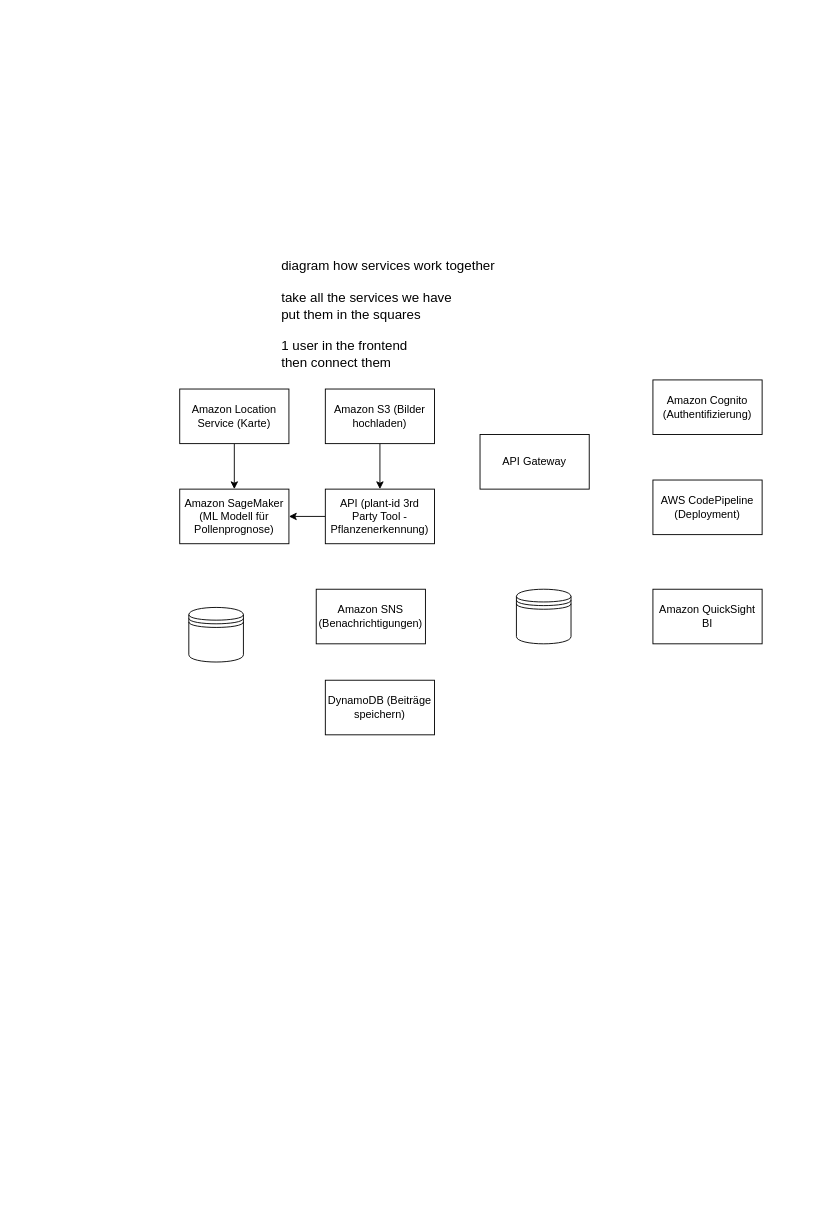
Before: pollenwatch.drawio in adriennhorvath/architecture, a draw.io diagram. Source tidied: cells renumbered, new cells numbered last; positions are measured from the earlier drawing's top-left corner, leaving out a move shared by most shapes. Both pictures are drawn from the tidied source at 91%, with x=0, y=0 at pixel (179, 252).
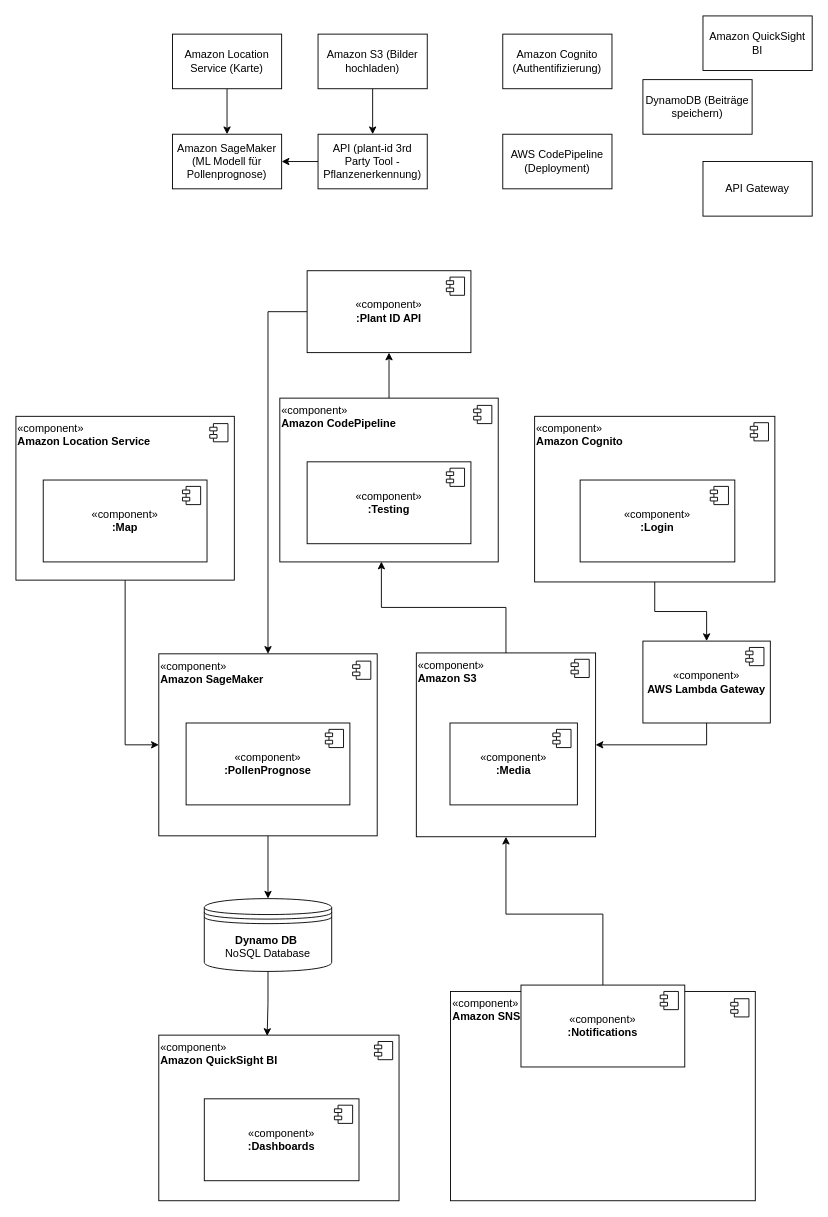
The same page after the edit.

What changed in the source:
```diff
@@
-    <mxCell id="2" value="&lt;font face=&quot;Arial, sans-serif&quot;&gt;&lt;span style=&quot;font-size: 14.666667px; white-space-collapse: preserve;&quot;&gt;diagram how services work together&lt;/span&gt;&lt;/font&gt;&lt;div&gt;&lt;font face=&quot;Arial, sans-serif&quot;&gt;&lt;span style=&quot;font-size: 14.666667px; white-space-collapse: preserve;&quot;&gt;&lt;br&gt;&lt;/span&gt;&lt;/font&gt;&lt;/div&gt;&lt;div&gt;&lt;font face=&quot;Arial, sans-serif&quot;&gt;&lt;span style=&quot;font-size: 14.666667px; white-space-collapse: preserve;&quot;&gt;take all the services we have&lt;/span&gt;&lt;/font&gt;&lt;/div&gt;&lt;div&gt;&lt;font face=&quot;Arial, sans-serif&quot;&gt;&lt;span style=&quot;font-size: 14.666667px; white-space-collapse: preserve;&quot;&gt;put them in the squares&lt;/span&gt;&lt;/font&gt;&lt;/div&gt;&lt;div&gt;&lt;font face=&quot;Arial, sans-serif&quot;&gt;&lt;span style=&quot;font-size: 14.666667px; white-space-collapse: preserve;&quot;&gt;&lt;br&gt;&lt;/span&gt;&lt;/font&gt;&lt;/div&gt;&lt;div&gt;&lt;font face=&quot;Arial, sans-serif&quot;&gt;&lt;span style=&quot;font-size: 14.666667px; white-space-collapse: preserve;&quot;&gt;1 user in the frontend&lt;/span&gt;&lt;/font&gt;&lt;/div&gt;&lt;div&gt;&lt;font face=&quot;Arial, sans-serif&quot;&gt;&lt;span style=&quot;font-size: 14.666667px; white-space-collapse: preserve;&quot;&gt;then connect them&lt;/span&gt;&lt;/font&gt;&lt;/div&gt;" style="text;whiteSpace=wrap;html=1;" parent="1" vertex="1">
-      <mxGeometry x="110" width="560" height="140" as="geometry" />
-    </mxCell>
@@
     <mxCell id="4" value="Amazon Location Service (Karte)" style="rounded=0;whiteSpace=wrap;html=1;" parent="1" vertex="1">
-      <mxGeometry y="150" width="120" height="60" as="geometry" />
+      <mxGeometry x="-8" y="-240" width="120" height="60" as="geometry" />
     </mxCell>
     <mxCell id="5" value="API Gateway" style="rounded=0;whiteSpace=wrap;html=1;" parent="1" vertex="1">
-      <mxGeometry x="330" y="200" width="120" height="60" as="geometry" />
+      <mxGeometry x="575" y="-100" width="120" height="60" as="geometry" />
     </mxCell>
     <mxCell id="6" value="DynamoDB (Beiträge speichern)" style="rounded=0;whiteSpace=wrap;html=1;" parent="1" vertex="1">
-      <mxGeometry x="160" y="470" width="120" height="60" as="geometry" />
+      <mxGeometry x="509" y="-190" width="120" height="60" as="geometry" />
     </mxCell>
@@
     <mxCell id="8" value="Amazon S3 (Bilder hochladen)" style="rounded=0;whiteSpace=wrap;html=1;" parent="1" vertex="1">
-      <mxGeometry x="160" y="150" width="120" height="60" as="geometry" />
+      <mxGeometry x="152" y="-240" width="120" height="60" as="geometry" />
     </mxCell>
@@
     <mxCell id="10" value="API (plant-id 3rd Party Tool - Pflanzenerkennung)" style="rounded=0;whiteSpace=wrap;html=1;" parent="1" vertex="1">
-      <mxGeometry x="160" y="260" width="120" height="60" as="geometry" />
+      <mxGeometry x="152" y="-130" width="120" height="60" as="geometry" />
     </mxCell>
     <mxCell id="11" value="Amazon SageMaker (ML Modell für Pollenprognose)" style="rounded=0;whiteSpace=wrap;html=1;" parent="1" vertex="1">
-      <mxGeometry y="260" width="120" height="60" as="geometry" />
+      <mxGeometry x="-8" y="-130" width="120" height="60" as="geometry" />
     </mxCell>
     <mxCell id="12" value="Amazon Cognito (Authentifizierung)" style="rounded=0;whiteSpace=wrap;html=1;" parent="1" vertex="1">
-      <mxGeometry x="520" y="140" width="120" height="60" as="geometry" />
+      <mxGeometry x="355" y="-240" width="120" height="60" as="geometry" />
     </mxCell>
-    <mxCell id="13" value="Amazon SNS (Benachrichtigungen)" style="rounded=0;whiteSpace=wrap;html=1;" parent="1" vertex="1">
-      <mxGeometry x="150" y="370" width="120" height="60" as="geometry" />
-    </mxCell>
     <mxCell id="14" value="Amazon QuickSight BI" style="rounded=0;whiteSpace=wrap;html=1;" parent="1" vertex="1">
-      <mxGeometry x="520" y="370" width="120" height="60" as="geometry" />
+      <mxGeometry x="575" y="-260" width="120" height="60" as="geometry" />
     </mxCell>
     <mxCell id="15" value="AWS CodePipeline (Deployment)" style="rounded=0;whiteSpace=wrap;html=1;" parent="1" vertex="1">
-      <mxGeometry x="520" y="250" width="120" height="60" as="geometry" />
+      <mxGeometry x="355" y="-130" width="120" height="60" as="geometry" />
     </mxCell>
-    <mxCell id="16" style="shape=datastore;whiteSpace=wrap;html=1;" parent="1" vertex="1">
-      <mxGeometry x="10" y="390" width="60" height="60" as="geometry" />
-    </mxCell>
-    <mxCell id="17" style="shape=datastore;whiteSpace=wrap;html=1;" parent="1" vertex="1">
-      <mxGeometry x="370" y="370" width="60" height="60" as="geometry" />
-    </mxCell>
+    <mxCell id="18" style="edgeStyle=orthogonalEdgeStyle;rounded=0;jettySize=auto;html=1;exitX=0.5;exitY=0;exitDx=0;exitDy=0;entryX=0.5;entryY=1;entryDx=0;entryDy=0;" parent="1" edge="1" source="19" target="26">
+      <mxGeometry relative="1" as="geometry" />
+    </mxCell>
+    <mxCell id="19" value="«component»&lt;br&gt;&lt;b&gt;Amazon SNS&lt;/b&gt;" style="html=1;whiteSpace=wrap;align=left;verticalAlign=top;" parent="1" vertex="1">
+      <mxGeometry x="297.5" y="812" width="335" height="230" as="geometry" />
+    </mxCell>
+    <mxCell id="20" style="shape=module;jettyWidth=8;jettyHeight=4;" parent="19" vertex="1">
+      <mxGeometry x="1" width="20" height="20" relative="1" as="geometry">
+        <mxPoint x="-27" y="8" as="offset" />
+      </mxGeometry>
+    </mxCell>
+    <mxCell id="21" value="«component»&lt;br&gt;&lt;b&gt;:Notifications&lt;/b&gt;" style="html=1;whiteSpace=wrap;" parent="1" vertex="1">
+      <mxGeometry x="375" y="805" width="180" height="90" as="geometry" />
+    </mxCell>
+    <mxCell id="22" style="shape=module;jettyWidth=8;jettyHeight=4;" parent="21" vertex="1">
+      <mxGeometry x="1" width="20" height="20" relative="1" as="geometry">
+        <mxPoint x="-27" y="7" as="offset" />
+      </mxGeometry>
+    </mxCell>
+    <mxCell id="23" style="edgeStyle=orthogonalEdgeStyle;rounded=0;jettySize=auto;html=1;exitX=0.5;exitY=1;exitDx=0;exitDy=0;entryX=0.5;entryY=0;entryDx=0;entryDy=0;" parent="1" edge="1" source="24" target="45">
+      <mxGeometry relative="1" as="geometry" />
+    </mxCell>
+    <mxCell id="24" value="&lt;div style=&quot;&quot;&gt;«component»&lt;/div&gt;&lt;b&gt;Amazon SageMaker&lt;/b&gt;" style="html=1;whiteSpace=wrap;verticalAlign=top;align=left;" parent="1" vertex="1">
+      <mxGeometry x="-23" y="441" width="240" height="200" as="geometry" />
+    </mxCell>
+    <mxCell id="25" style="shape=module;jettyWidth=8;jettyHeight=4;" parent="24" vertex="1">
+      <mxGeometry x="1" width="20" height="20" relative="1" as="geometry">
+        <mxPoint x="-27" y="8" as="offset" />
+      </mxGeometry>
+    </mxCell>
+    <mxCell id="26" value="«component»&lt;br&gt;&lt;b&gt;Amazon S3&lt;/b&gt;" style="html=1;whiteSpace=wrap;align=left;verticalAlign=top;" parent="1" vertex="1">
+      <mxGeometry x="260" y="440" width="197" height="202" as="geometry" />
+    </mxCell>
+    <mxCell id="27" style="shape=module;jettyWidth=8;jettyHeight=4;" parent="26" vertex="1">
+      <mxGeometry x="1" width="20" height="20" relative="1" as="geometry">
+        <mxPoint x="-27" y="7" as="offset" />
+      </mxGeometry>
+    </mxCell>
+    <mxCell id="28" value="«component»&lt;br&gt;&lt;b&gt;:Media&lt;/b&gt;" style="html=1;whiteSpace=wrap;" parent="1" vertex="1">
+      <mxGeometry x="297" y="517" width="140" height="90" as="geometry" />
+    </mxCell>
+    <mxCell id="29" style="shape=module;jettyWidth=8;jettyHeight=4;" parent="28" vertex="1">
+      <mxGeometry x="1" width="20" height="20" relative="1" as="geometry">
+        <mxPoint x="-27" y="7" as="offset" />
+      </mxGeometry>
+    </mxCell>
+    <mxCell id="30" style="edgeStyle=orthogonalEdgeStyle;rounded=0;jettySize=auto;html=1;exitX=0;exitY=0.5;exitDx=0;exitDy=0;entryX=0.5;entryY=0;entryDx=0;entryDy=0;" parent="1" edge="1" source="31" target="24">
+      <mxGeometry relative="1" as="geometry" />
+    </mxCell>
+    <mxCell id="31" value="«component»&lt;br&gt;&lt;b&gt;:Plant ID API&lt;/b&gt;" style="html=1;whiteSpace=wrap;" parent="1" vertex="1">
+      <mxGeometry x="140" y="20" width="180" height="90" as="geometry" />
+    </mxCell>
+    <mxCell id="32" style="shape=module;jettyWidth=8;jettyHeight=4;" parent="31" vertex="1">
+      <mxGeometry x="1" width="20" height="20" relative="1" as="geometry">
+        <mxPoint x="-27" y="7" as="offset" />
+      </mxGeometry>
+    </mxCell>
+    <mxCell id="33" value="«component»&lt;br&gt;&lt;b&gt;:PollenPrognose&lt;/b&gt;" style="html=1;whiteSpace=wrap;" parent="1" vertex="1">
+      <mxGeometry x="7" y="517" width="180" height="90" as="geometry" />
+    </mxCell>
+    <mxCell id="34" style="shape=module;jettyWidth=8;jettyHeight=4;" parent="33" vertex="1">
+      <mxGeometry x="1" width="20" height="20" relative="1" as="geometry">
+        <mxPoint x="-27" y="7" as="offset" />
+      </mxGeometry>
+    </mxCell>
+    <mxCell id="35" style="edgeStyle=orthogonalEdgeStyle;rounded=0;jettySize=auto;html=1;exitX=0.5;exitY=1;exitDx=0;exitDy=0;entryX=0;entryY=0.5;entryDx=0;entryDy=0;" parent="1" edge="1" source="36" target="24">
+      <mxGeometry relative="1" as="geometry" />
+    </mxCell>
+    <mxCell id="36" value="&lt;div style=&quot;&quot;&gt;«component»&lt;/div&gt;&lt;b&gt;Amazon Location Service&lt;/b&gt;" style="html=1;whiteSpace=wrap;verticalAlign=top;align=left;" parent="1" vertex="1">
+      <mxGeometry x="-180" y="180" width="240" height="180" as="geometry" />
+    </mxCell>
+    <mxCell id="37" style="shape=module;jettyWidth=8;jettyHeight=4;" parent="36" vertex="1">
+      <mxGeometry x="1" width="20" height="20" relative="1" as="geometry">
+        <mxPoint x="-27" y="8" as="offset" />
+      </mxGeometry>
+    </mxCell>
+    <mxCell id="38" value="«component»&lt;br&gt;&lt;b&gt;:Map&lt;/b&gt;" style="html=1;whiteSpace=wrap;" parent="1" vertex="1">
+      <mxGeometry x="-150" y="250" width="180" height="90" as="geometry" />
+    </mxCell>
+    <mxCell id="39" style="shape=module;jettyWidth=8;jettyHeight=4;" parent="38" vertex="1">
+      <mxGeometry x="1" width="20" height="20" relative="1" as="geometry">
+        <mxPoint x="-27" y="7" as="offset" />
+      </mxGeometry>
+    </mxCell>
+    <mxCell id="40" style="edgeStyle=orthogonalEdgeStyle;rounded=0;jettySize=auto;html=1;exitX=0.5;exitY=1;exitDx=0;exitDy=0;" parent="1" edge="1" source="41" target="52">
+      <mxGeometry relative="1" as="geometry" />
+    </mxCell>
+    <mxCell id="41" value="«component»&lt;br&gt;&lt;b&gt;Amazon Cognito&lt;/b&gt;" style="html=1;whiteSpace=wrap;align=left;verticalAlign=top;" parent="1" vertex="1">
+      <mxGeometry x="390" y="180" width="264" height="182" as="geometry" />
+    </mxCell>
+    <mxCell id="42" style="shape=module;jettyWidth=8;jettyHeight=4;" parent="41" vertex="1">
+      <mxGeometry x="1" width="20" height="20" relative="1" as="geometry">
+        <mxPoint x="-27" y="7" as="offset" />
+      </mxGeometry>
+    </mxCell>
+    <mxCell id="43" value="«component»&lt;br&gt;&lt;b&gt;:Login&lt;/b&gt;" style="html=1;whiteSpace=wrap;" parent="1" vertex="1">
+      <mxGeometry x="440" y="250" width="170" height="90" as="geometry" />
+    </mxCell>
+    <mxCell id="44" style="shape=module;jettyWidth=8;jettyHeight=4;" parent="43" vertex="1">
+      <mxGeometry x="1" width="20" height="20" relative="1" as="geometry">
+        <mxPoint x="-27" y="7" as="offset" />
+      </mxGeometry>
+    </mxCell>
+    <mxCell id="45" value="&lt;b&gt;Dynamo DB&amp;nbsp;&lt;/b&gt;&lt;div&gt;NoSQL Database&lt;/div&gt;" style="shape=datastore;whiteSpace=wrap;html=1;" parent="1" vertex="1">
+      <mxGeometry x="27" y="710" width="140" height="80" as="geometry" />
+    </mxCell>
+    <mxCell id="46" value="«component»&lt;br&gt;&lt;b&gt;Amazon QuickSight BI&lt;/b&gt;" style="html=1;whiteSpace=wrap;align=left;verticalAlign=top;" parent="1" vertex="1">
+      <mxGeometry x="-23" y="860" width="264" height="182" as="geometry" />
+    </mxCell>
+    <mxCell id="47" style="shape=module;jettyWidth=8;jettyHeight=4;" parent="46" vertex="1">
+      <mxGeometry x="1" width="20" height="20" relative="1" as="geometry">
+        <mxPoint x="-27" y="7" as="offset" />
+      </mxGeometry>
+    </mxCell>
+    <mxCell id="48" value="«component»&lt;br&gt;&lt;b&gt;:Dashboards&lt;/b&gt;" style="html=1;whiteSpace=wrap;" parent="1" vertex="1">
+      <mxGeometry x="27" y="930" width="170" height="90" as="geometry" />
+    </mxCell>
+    <mxCell id="49" style="shape=module;jettyWidth=8;jettyHeight=4;" parent="48" vertex="1">
+      <mxGeometry x="1" width="20" height="20" relative="1" as="geometry">
+        <mxPoint x="-27" y="7" as="offset" />
+      </mxGeometry>
+    </mxCell>
+    <mxCell id="50" style="edgeStyle=orthogonalEdgeStyle;rounded=0;jettySize=auto;html=1;exitX=0.5;exitY=1;exitDx=0;exitDy=0;entryX=0.451;entryY=0.005;entryDx=0;entryDy=0;entryPerimeter=0;" parent="1" edge="1" source="45" target="46">
+      <mxGeometry relative="1" as="geometry" />
+    </mxCell>
+    <mxCell id="51" style="edgeStyle=orthogonalEdgeStyle;rounded=0;jettySize=auto;html=1;exitX=0.5;exitY=1;exitDx=0;exitDy=0;" parent="1" edge="1" source="52" target="26">
+      <mxGeometry relative="1" as="geometry" />
+    </mxCell>
+    <mxCell id="52" value="«component»&lt;br&gt;&lt;b&gt;AWS Lambda Gateway&lt;/b&gt;" style="html=1;whiteSpace=wrap;" parent="1" vertex="1">
+      <mxGeometry x="509" y="427" width="140" height="90" as="geometry" />
+    </mxCell>
+    <mxCell id="53" style="shape=module;jettyWidth=8;jettyHeight=4;" parent="52" vertex="1">
+      <mxGeometry x="1" width="20" height="20" relative="1" as="geometry">
+        <mxPoint x="-27" y="7" as="offset" />
+      </mxGeometry>
+    </mxCell>
+    <mxCell id="54" style="edgeStyle=orthogonalEdgeStyle;rounded=0;jettySize=auto;html=1;exitX=0.5;exitY=0;exitDx=0;exitDy=0;" parent="1" edge="1" source="55" target="31">
+      <mxGeometry relative="1" as="geometry" />
+    </mxCell>
+    <mxCell id="55" value="&lt;div style=&quot;&quot;&gt;«component»&lt;/div&gt;&lt;b&gt;Amazon CodePipeline&lt;/b&gt;" style="html=1;whiteSpace=wrap;verticalAlign=top;align=left;" parent="1" vertex="1">
+      <mxGeometry x="110" y="160" width="240" height="180" as="geometry" />
+    </mxCell>
+    <mxCell id="56" style="shape=module;jettyWidth=8;jettyHeight=4;" parent="55" vertex="1">
+      <mxGeometry x="1" width="20" height="20" relative="1" as="geometry">
+        <mxPoint x="-27" y="8" as="offset" />
+      </mxGeometry>
+    </mxCell>
+    <mxCell id="57" value="«component»&lt;br&gt;&lt;b&gt;:Testing&lt;/b&gt;" style="html=1;whiteSpace=wrap;" parent="1" vertex="1">
+      <mxGeometry x="140" y="230" width="180" height="90" as="geometry" />
+    </mxCell>
+    <mxCell id="58" style="shape=module;jettyWidth=8;jettyHeight=4;" parent="57" vertex="1">
+      <mxGeometry x="1" width="20" height="20" relative="1" as="geometry">
+        <mxPoint x="-27" y="7" as="offset" />
+      </mxGeometry>
+    </mxCell>
+    <mxCell id="59" style="edgeStyle=orthogonalEdgeStyle;rounded=0;jettySize=auto;html=1;exitX=0.5;exitY=0;exitDx=0;exitDy=0;entryX=0.465;entryY=0.998;entryDx=0;entryDy=0;entryPerimeter=0;" parent="1" edge="1" source="26" target="55">
+      <mxGeometry relative="1" as="geometry" />
+    </mxCell>
```
